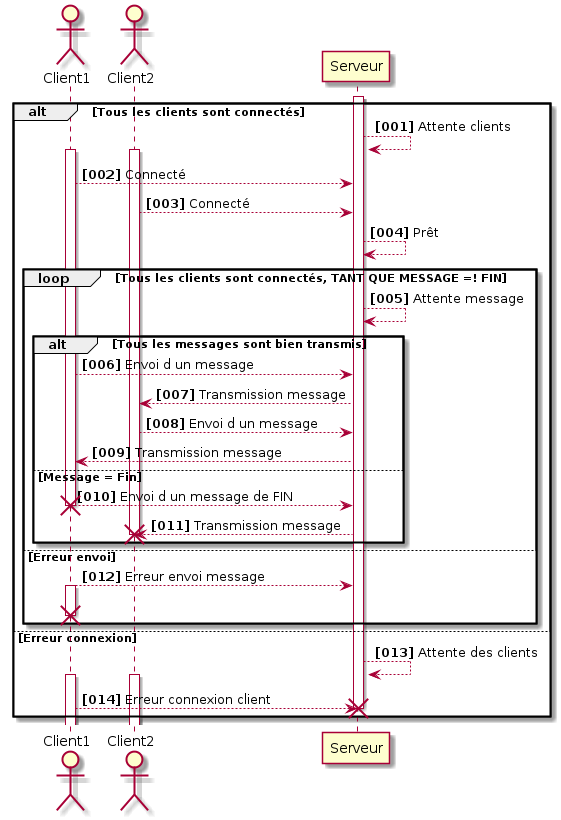
Before: L1/plantuml.png, a diagram exported from PlantUML (Guillaume-Dufour/projet_FAR). Source of this version:
```plantuml
@startuml
actor Client1
actor Client2


alt Tous les clients sont connectés
autonumber "<b>[000]"

activate Serveur
Serveur --> Serveur :  Attente clients
activate Client1
activate Client2
Client1 --> Serveur :  Connecté
Client2 --> Serveur :  Connecté
Serveur --> Serveur :  Prêt

    loop Tous les clients sont connectés, TANT QUE MESSAGE =! FIN
    Serveur --> Serveur : Attente message
    alt Tous les messages sont bien transmis
    Client1 --> Serveur : Envoi d un message
    Serveur --> Client2 : Transmission message
    Client2 --> Serveur : Envoi d un message
    Serveur --> Client1 : Transmission message

    else Message = Fin
    Client1 --> Serveur : Envoi d un message de FIN
    destroy Client1
    Serveur --> Client2 : Transmission message
    destroy Client2

end
    else Erreur envoi

    Client1 --> Serveur : Erreur envoi message
    activate Client1
    destroy Client1

    end


else Erreur connexion

Serveur --> Serveur : Attente des clients
activate Client1
activate Client2
Client1 --> Serveur : Erreur connexion client
destroy Serveur
end
@enduml
```
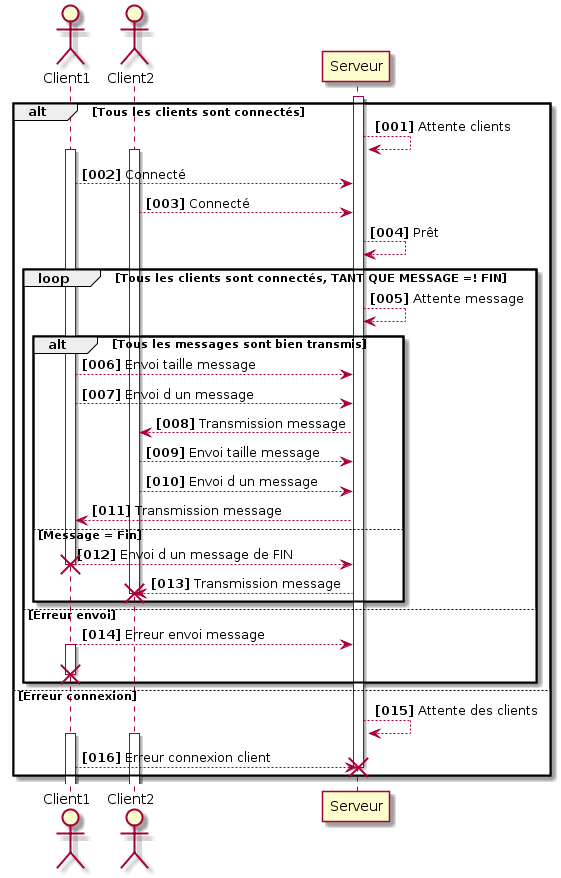
Later version of the same file.

What changed in the source:
```diff
@@ -17,8 +17,10 @@
     loop Tous les clients sont connectés, TANT QUE MESSAGE =! FIN
     Serveur --> Serveur : Attente message
     alt Tous les messages sont bien transmis
+    Client1 --> Serveur : Envoi taille message
     Client1 --> Serveur : Envoi d un message
     Serveur --> Client2 : Transmission message
+    Client2 --> Serveur : Envoi taille message
     Client2 --> Serveur : Envoi d un message
     Serveur --> Client1 : Transmission message
 
```
